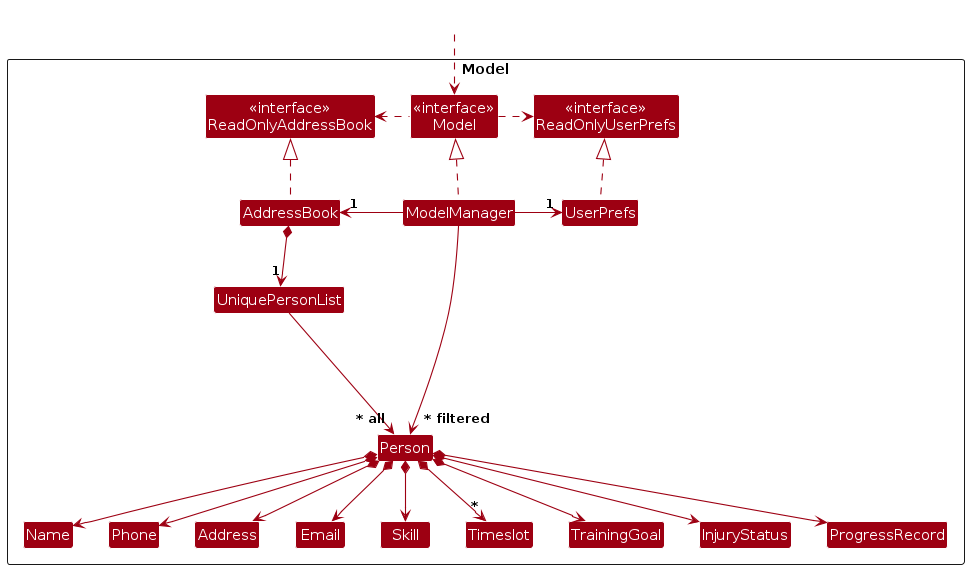
Earlier version of the PlantUML export diagrams/ModelClassDiagram.png (momentumnn/tp). Its source is kept beside it as diagrams/ModelClassDiagram.puml.
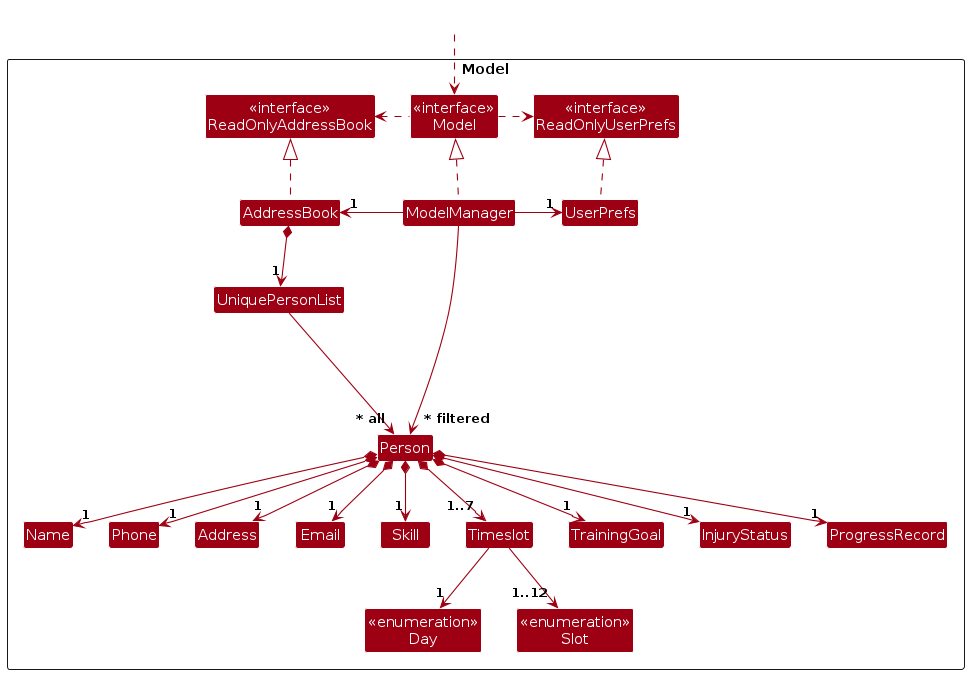
After the change.

Diff of the diagram source:
```diff
@@ -23,6 +23,8 @@
 Class TrainingGoal
 Class InjuryStatus
 Class ProgressRecord
+Class "<<enumeration>>\nDay" as Day
+Class "<<enumeration>>\nSlot" as Slot
 
 Class I #FFFFFF
 }
@@ -41,15 +43,17 @@
 
 AddressBook *--> "1" UniquePersonList
 UniquePersonList --> "~* all" Person
-Person *--> Name
-Person *--> Phone
-Person *--> Email
-Person *--> Address
-Person *--> Skill
-Person *--> "*" Timeslot
-Person *--> TrainingGoal
-Person *--> InjuryStatus
-Person *--> ProgressRecord
+Person *--> "1" Name
+Person *--> "1" Phone
+Person *--> "1" Email
+Person *--> "1" Address
+Person *--> "1" Skill
+Person *--> "1..7" Timeslot
+Timeslot --> "1" Day
+Timeslot --> "1..12" Slot
+Person *--> "1" TrainingGoal
+Person *--> "1" InjuryStatus
+Person *--> "1" ProgressRecord
 
 Person -[hidden]up--> I
 UniquePersonList -[hidden]right-> I
```
